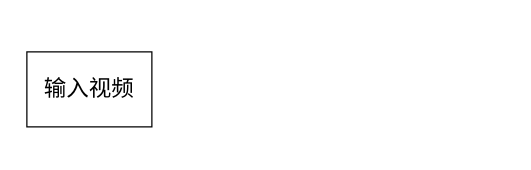
The draw.io diagram Graphs/未命名绘图.drawio in whenwedream/TELL, before the edit. Source tidied: cells renumbered, new cells numbered last; positions are measured from the earlier drawing's top-left corner, leaving out a move shared by most shapes. Both pictures are drawn from the tidied source at 125%, with x=0, y=0 at pixel (26, 51).
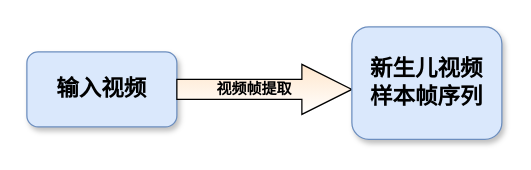
The same diagram, later.

Commit message (it also covers changes not shown here):
更新未命名绘图.drawio

What changed in the source:
```diff
@@
 <mxGraphModel>
   <root>
     <mxCell id="0" />
     <mxCell id="1" parent="0" />
-    <mxCell id="2" value="&lt;font style=&quot;font-size: 18px;&quot;&gt;输入视频&lt;/font&gt;" style="rounded=0;whiteSpace=wrap;html=1;" parent="1" vertex="1">
-      <mxGeometry width="100" height="60" as="geometry" />
+    <mxCell id="2" value="&lt;font style=&quot;font-size: 18px;&quot;&gt;输入视频&lt;/font&gt;" style="rounded=1;whiteSpace=wrap;html=1;fillColor=#dae8fc;strokeColor=#6c8ebf;fontStyle=1;shadow=1;" parent="1" vertex="1">
+      <mxGeometry width="120" height="60" as="geometry" />
     </mxCell>
+    <mxCell id="3" value="视频帧提取&amp;nbsp; &amp;nbsp; &amp;nbsp;" style="html=1;shadow=0;align=center;verticalAlign=middle;shape=mxgraph.arrows2.arrow;dy=0.6;dx=40;notch=0;fillColor=#ffe6cc;strokeColor=default;fontStyle=1;gradientColor=#ffffff;" parent="1" vertex="1">
+      <mxGeometry x="120" y="10" width="140" height="40" as="geometry" />
+    </mxCell>
+    <mxCell id="4" value="&lt;font style=&quot;font-size: 18px;&quot;&gt;新生儿视频&lt;/font&gt;&lt;div&gt;&lt;font style=&quot;font-size: 18px;&quot;&gt;样本帧序列&lt;/font&gt;&lt;/div&gt;" style="rounded=1;whiteSpace=wrap;html=1;fillColor=#dae8fc;strokeColor=#6c8ebf;fontStyle=1;shadow=1;glass=0;" parent="1" vertex="1">
+      <mxGeometry x="260" y="-20" width="120" height="90" as="geometry" />
+    </mxCell>
   </root>
 </mxGraphModel>
```
